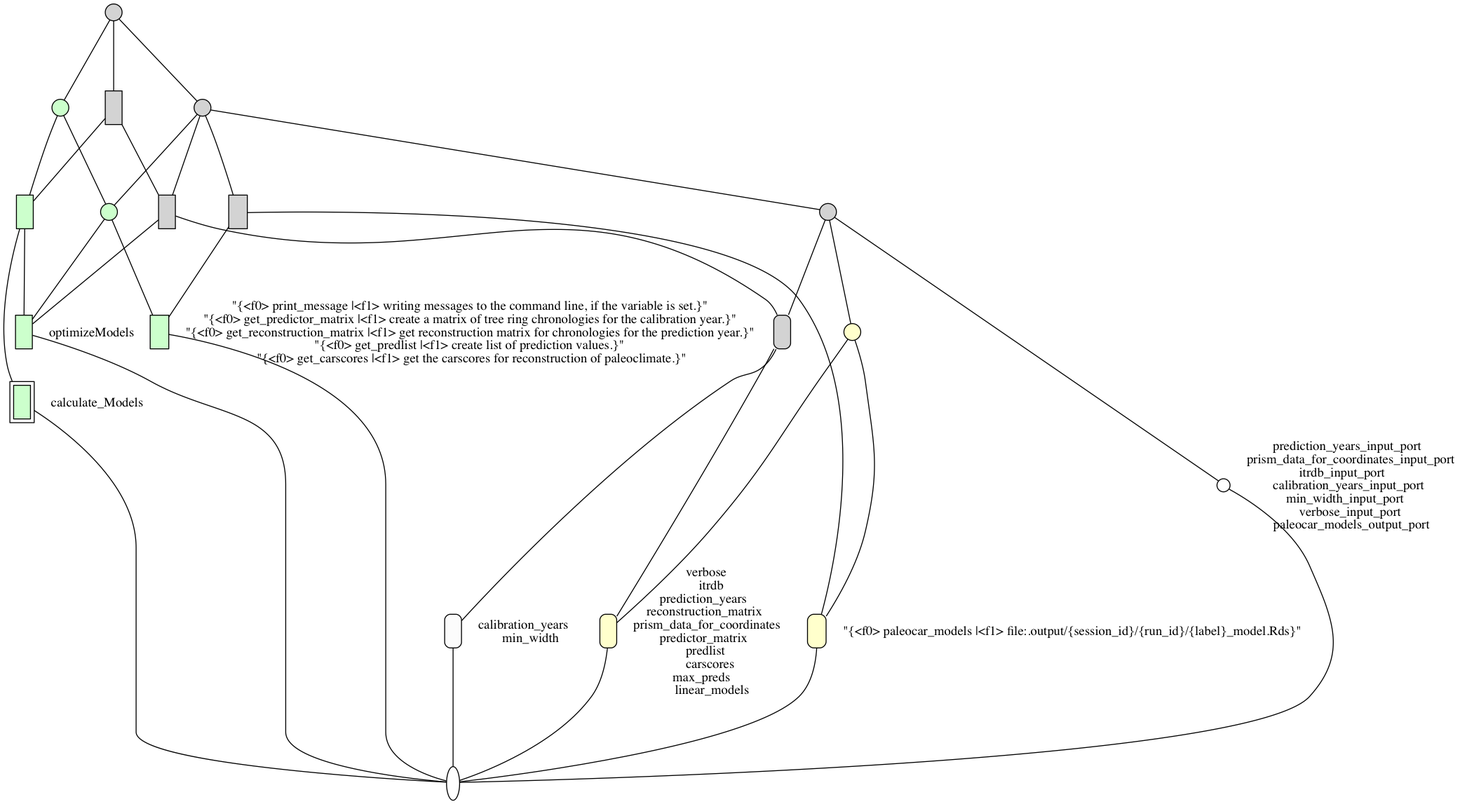
Above: example/parleocar_hierachy.png in qwang70/GraphVizDotToDatabaseParsing (Graphviz), before the change. Its source is kept beside it as example/parleocar_hierachy.dot.
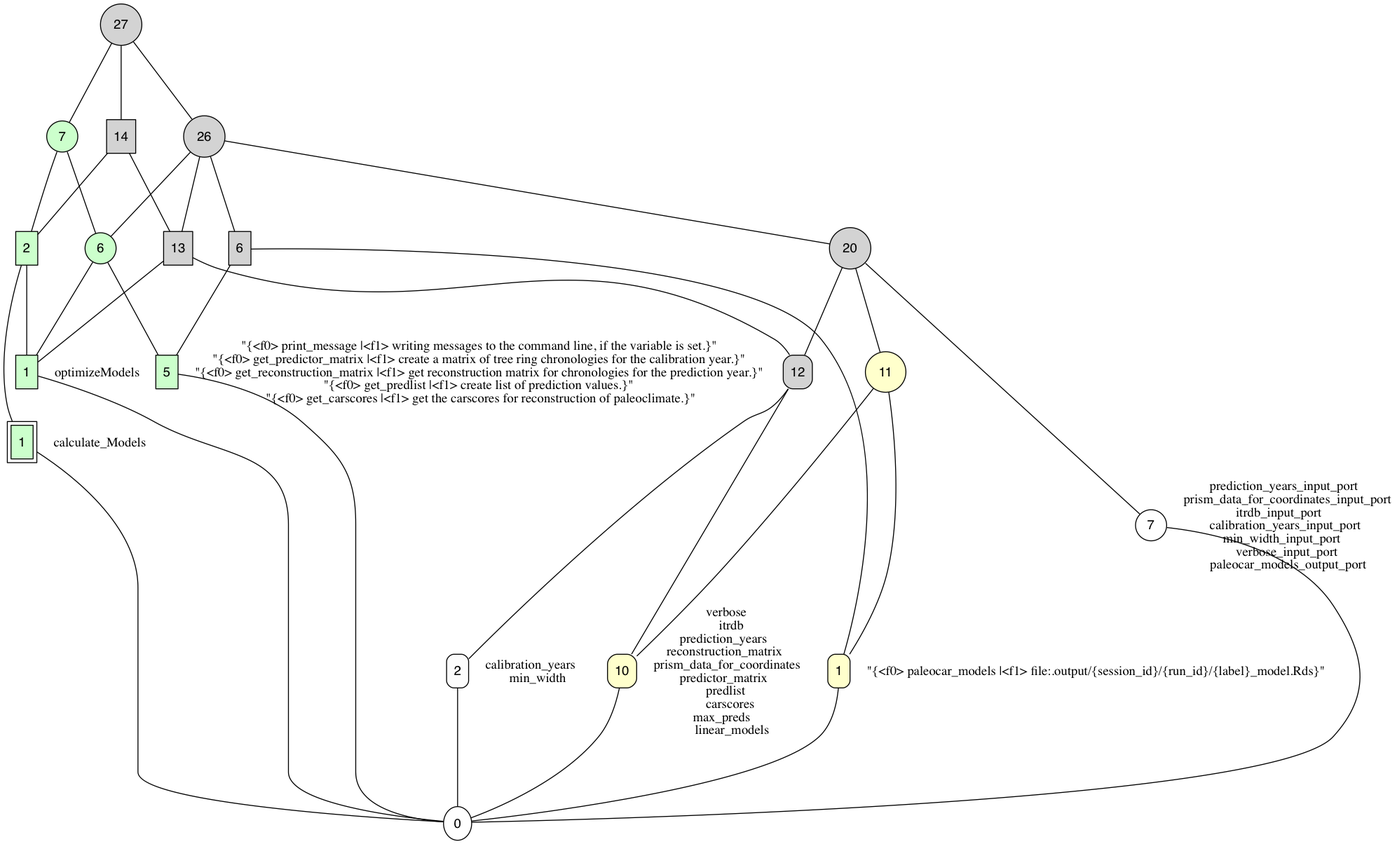
The same diagram one commit later.

Change to the diagram source:
```diff
@@ -1,40 +1,40 @@
 digraph Lattice {
 	node [label="" shape=circle style=filled width=.25]
 	edge [dir=none labeldistance=1.5 minlen=2]
-	c0 [fillcolor="" fontname=Helvetica peripheries="" rankdir=LR shape="" style="" width=0.2]
-	c1 [fillcolor="#CCFFCC" fontname=Helvetica peripheries=1 shape=box style=filled]
+	c0 ["''"="''" fillcolor="" fontname=Helvetica label=0 peripheries="" rankdir=LR shape="" style="" width=0.2]
+	c1 [fillcolor="#CCFFCC" fontname=Helvetica label=1 peripheries=1 shape=box style=filled]
 	c1 -> c1 [label=optimizeModels color=transparent labelangle=270]
 	c1 -> c0
-	c2 [fillcolor="#CCFFCC" fontname=Helvetica peripheries=2 shape=box style=filled]
+	c2 [fillcolor="#CCFFCC" fontname=Helvetica label=1 peripheries=2 shape=box style=filled]
 	c2 -> c2 [label=calculate_Models color=transparent labelangle=270]
 	c2 -> c0
-	c3 [fillcolor="#FFFFCC" fontname=Helvetica peripheries=1 rankdir=LR shape=record style="rounded,filled"]
+	c3 [fillcolor="#FFFFCC" fontname=Helvetica label=1 peripheries=1 rankdir=LR shape=record style="rounded,filled"]
 	c3 -> c3 [label="\"{<f0> paleocar_models |<f1> file\:.output/\{session_id\}/\{run_id\}/\{label\}_model.Rds}\"" color=transparent labelangle=270]
 	c3 -> c0
-	c4 [fillcolor="#CCFFCC" fontname=Helvetica shape=box style=filled]
+	c4 [fillcolor="#CCFFCC" fontname=Helvetica label=2 shape=box style=filled]
 	c4 -> c1
 	c4 -> c2
-	c5 [fillcolor="#FCFCFC" fontname=Helvetica peripheries=1 shape=box style="rounded,filled"]
+	c5 [fillcolor="#FCFCFC" fontname=Helvetica label=2 peripheries=1 shape=box style="rounded,filled"]
 	c5 -> c5 [label="calibration_years
 min_width" color=transparent labelangle=270]
 	c5 -> c0
-	c6 [fillcolor="#CCFFCC" fontname=Helvetica peripheries=1 rankdir=LR shape=record style=filled]
+	c6 [fillcolor="#CCFFCC" fontname=Helvetica label=5 peripheries=1 rankdir=LR shape=record style=filled]
 	c6 -> c6 [label="\"{<f0> print_message |<f1> writing messages to the command line, if the variable is set.}\"
 \"{<f0> get_predictor_matrix |<f1> create a matrix of tree ring chronologies for the calibration year.}\"
 \"{<f0> get_reconstruction_matrix |<f1> get reconstruction matrix for chronologies for the prediction year.}\"
 \"{<f0> get_predlist |<f1> create list of prediction values.}\"
 \"{<f0> get_carscores |<f1> get the carscores for reconstruction of paleoclimate.}\"" color=transparent labelangle=270]
 	c6 -> c0
-	c7 [fillcolor="#CCFFCC" fontname=Helvetica peripheries=1 style=filled]
+	c7 [fillcolor="#CCFFCC" fontname=Helvetica label=6 peripheries=1 style=filled]
 	c7 -> c1
 	c7 -> c6
-	c8 [fontname=Helvetica peripheries=1 rankdir=LR shape=record]
+	c8 [fontname=Helvetica label=6 peripheries=1 rankdir=LR shape=record]
 	c8 -> c3
 	c8 -> c6
-	c9 [fillcolor="#CCFFCC" fontname=Helvetica style=filled]
+	c9 [fillcolor="#CCFFCC" fontname=Helvetica label=7 style=filled]
 	c9 -> c4
 	c9 -> c7
-	c10 [fillcolor="#FFFFFF" fontname=Helvetica peripheries=1 shape=circle style="rounded,filled" width=0.2]
+	c10 [fillcolor="#FFFFFF" fontname=Helvetica label=7 peripheries=1 shape=circle style="rounded,filled" width=0.2]
 	c10 -> c10 [label="prediction_years_input_port
 prism_data_for_coordinates_input_port
 itrdb_input_port
@@ -43,7 +43,7 @@
 verbose_input_port
 paleocar_models_output_port" color=transparent labelangle=270]
 	c10 -> c0
-	c11 [fillcolor="#FFFFCC" fontname=Helvetica peripheries=1 shape=box style="rounded,filled"]
+	c11 [fillcolor="#FFFFCC" fontname=Helvetica label=10 peripheries=1 shape=box style="rounded,filled"]
 	c11 -> c11 [label="verbose
 itrdb
 prediction_years
@@ -55,28 +55,28 @@
 max_preds
 linear_models" color=transparent labelangle=270]
 	c11 -> c0
-	c12 [fillcolor="#FFFFCC" fontname=Helvetica peripheries=1 style="rounded,filled"]
+	c12 [fillcolor="#FFFFCC" fontname=Helvetica label=11 peripheries=1 style="rounded,filled"]
 	c12 -> c3
 	c12 -> c11
-	c13 [fontname=Helvetica peripheries=1 shape=box style="rounded,filled"]
+	c13 [fontname=Helvetica label=12 peripheries=1 shape=box style="rounded,filled"]
 	c13 -> c5
 	c13 -> c11
-	c14 [fontname=Helvetica peripheries=1 shape=box]
+	c14 [fontname=Helvetica label=13 peripheries=1 shape=box]
 	c14 -> c1
 	c14 -> c13
-	c15 [fontname=Helvetica shape=box]
+	c15 [fontname=Helvetica label=14 shape=box]
 	c15 -> c4
 	c15 -> c14
-	c16 [fontname=Helvetica peripheries=1 style="rounded,filled"]
+	c16 [fontname=Helvetica label=20 peripheries=1 style="rounded,filled"]
 	c16 -> c10
 	c16 -> c12
 	c16 -> c13
-	c17 [fontname=Helvetica peripheries=1]
+	c17 [fontname=Helvetica label=26 peripheries=1]
 	c17 -> c7
 	c17 -> c8
 	c17 -> c14
 	c17 -> c16
-	c18 [fontname=Helvetica]
+	c18 [fontname=Helvetica label=27]
 	c18 -> c9
 	c18 -> c15
 	c18 -> c17
```
